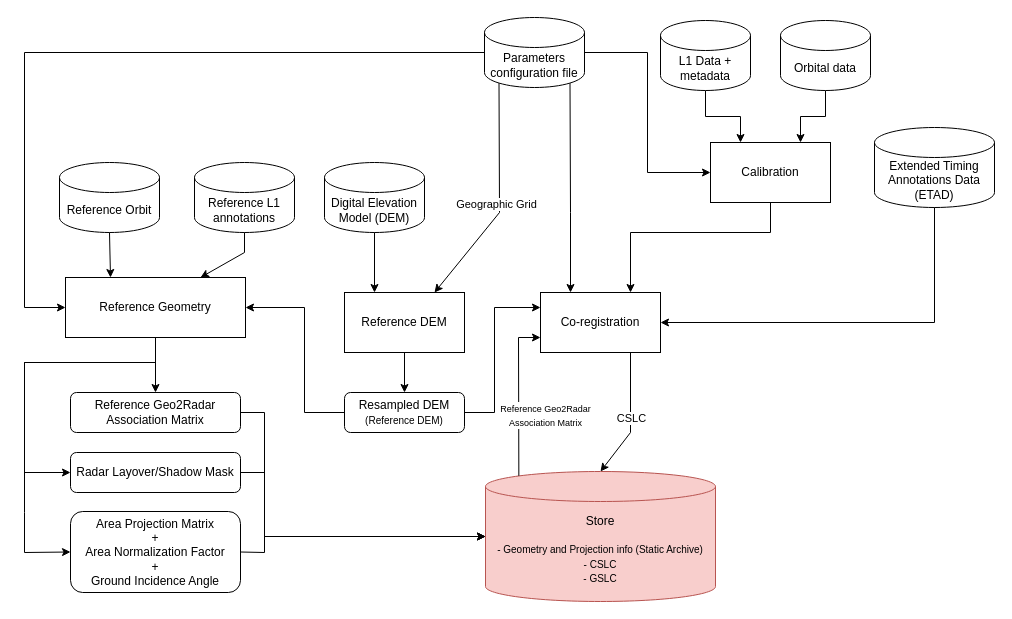
Above: docs/atbd_book/Diagrams/CSLC_diagram.drawio in ROSE-L-ARD/cop-ard-atbd (draw.io), before the change. Source tidied: cells renumbered, new cells numbered last; positions are measured from the earlier drawing's top-left corner, leaving out a move shared by most shapes. Both pictures are drawn from the tidied source at 100%, with x=0, y=0 at pixel (24, 17).
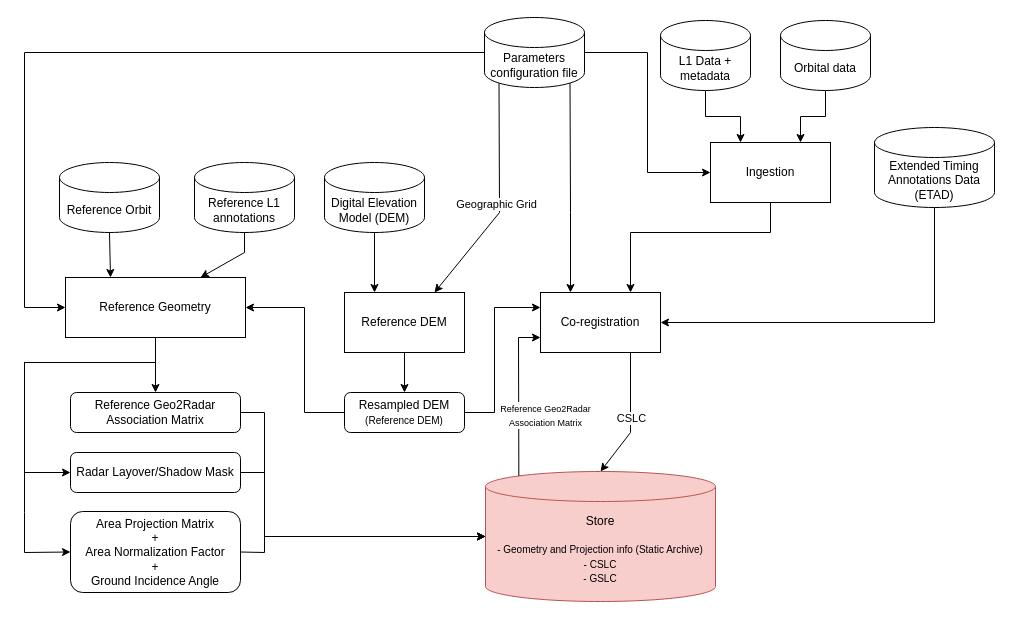
Above is the later version.

Diff of the diagram source:
```diff
@@
-    <mxCell id="42" value="Calibration" style="rounded=0;whiteSpace=wrap;html=1;" parent="1" vertex="1">
+    <mxCell id="42" value="Ingestion" style="rounded=0;whiteSpace=wrap;html=1;" parent="1" vertex="1">
       <mxGeometry x="686" y="125" width="120" height="60" as="geometry" />
     </mxCell>
```
